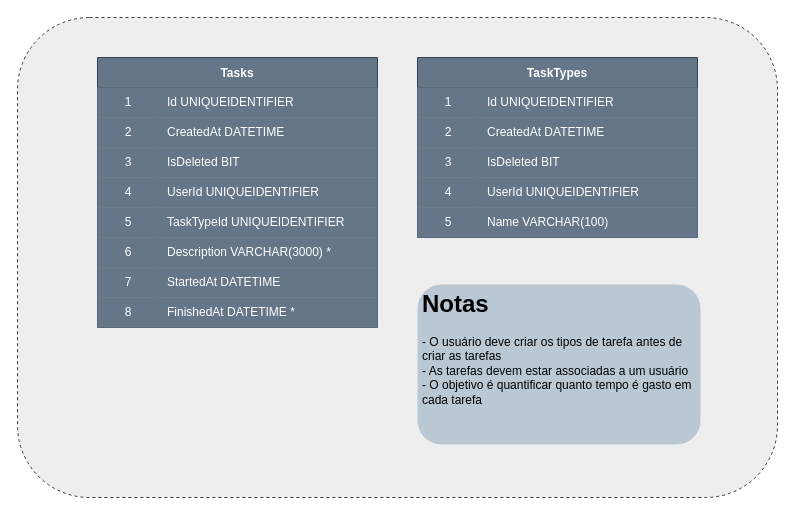
Earlier version of the draw.io diagram page "Domain" (2 of 3) of docs/diagram.drawio (EvertonBrzozowyAlves/Tasman). Source tidied: cells renumbered, new cells numbered last; positions are measured from the earlier drawing's top-left corner, leaving out a move shared by most shapes. Both pictures are drawn from the tidied source at 100%, with x=0, y=0 at pixel (17, 17).
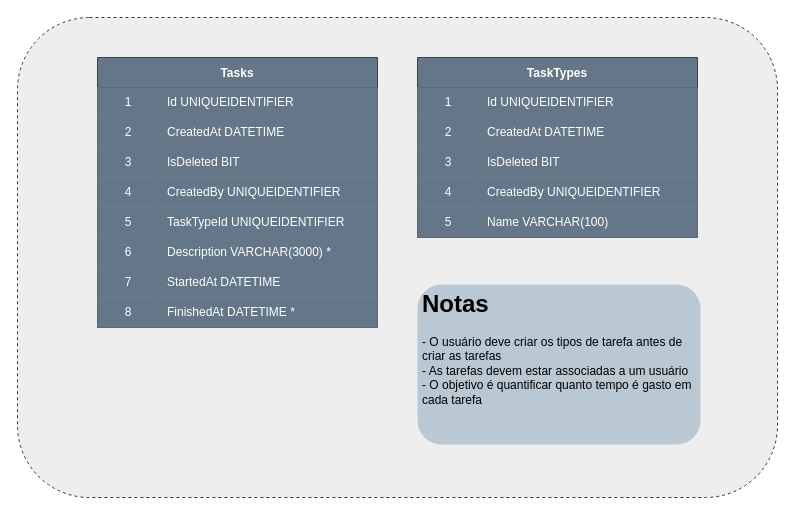
The same diagram, later.

The change refers to these unchanged cells:
```xml
<mxCell id="13" style="shape=tableRow;horizontal=0;startSize=0;swimlaneHead=0;swimlaneBody=0;top=0;left=0;bottom=0;right=0;fillColor=#647687;rounded=1;fontColor=#ffffff;strokeColor=#314354;" parent="3" vertex="1">
  <mxGeometry y="120" width="280" height="30" as="geometry" />
</mxCell>
<mxCell id="29" style="shape=tableRow;horizontal=0;startSize=0;swimlaneHead=0;swimlaneBody=0;top=0;left=0;bottom=0;right=0;fillColor=#647687;rounded=1;fontColor=#ffffff;strokeColor=#314354;" parent="19" vertex="1">
  <mxGeometry y="120" width="280" height="30" as="geometry" />
</mxCell>
```

Diff of the diagram source:
```diff
@@
-    <mxCell id="15" value="UserId UNIQUEIDENTIFIER" style="shape=partialRectangle;html=1;whiteSpace=wrap;fillColor=#647687;top=0;left=0;bottom=0;right=0;align=left;spacingLeft=6;overflow=hidden;rounded=1;fontColor=#ffffff;strokeColor=#314354;" parent="13" vertex="1">
+    <mxCell id="15" value="CreatedBy UNIQUEIDENTIFIER" style="shape=partialRectangle;html=1;whiteSpace=wrap;fillColor=#647687;top=0;left=0;bottom=0;right=0;align=left;spacingLeft=6;overflow=hidden;rounded=1;fontColor=#ffffff;strokeColor=#314354;" parent="13" vertex="1">
       <mxGeometry x="62" width="218" height="30" as="geometry" />
     </mxCell>
@@
-    <mxCell id="31" value="UserId UNIQUEIDENTIFIER" style="shape=partialRectangle;html=1;whiteSpace=wrap;fillColor=#647687;top=0;left=0;bottom=0;right=0;align=left;spacingLeft=6;overflow=hidden;rounded=1;fontColor=#ffffff;strokeColor=#314354;" parent="29" vertex="1">
+    <mxCell id="31" value="CreatedBy UNIQUEIDENTIFIER" style="shape=partialRectangle;html=1;whiteSpace=wrap;fillColor=#647687;top=0;left=0;bottom=0;right=0;align=left;spacingLeft=6;overflow=hidden;rounded=1;fontColor=#ffffff;strokeColor=#314354;" parent="29" vertex="1">
       <mxGeometry x="62" width="218" height="30" as="geometry" />
     </mxCell>
```
